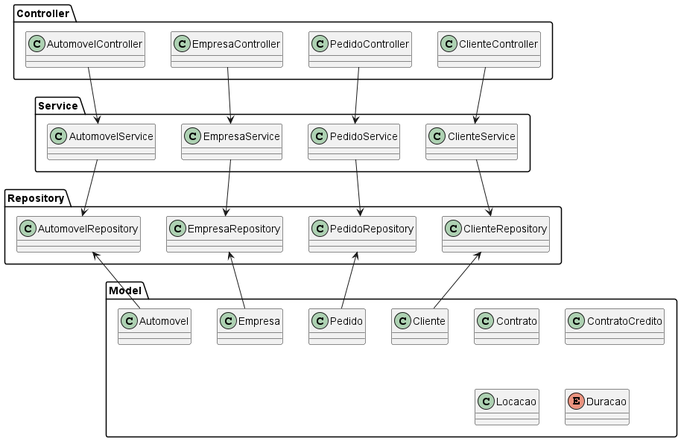
Above: project/img/packageDiagram.png in RafaMtF/LDS-Lab02 (PlantUML), before the change.
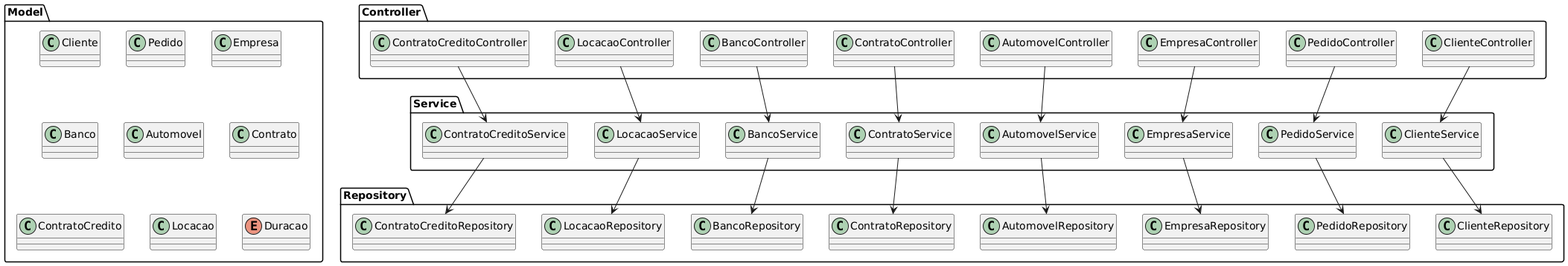
The same diagram one commit later.

The edit, as a diff of the source:
```diff
@@ -1,10 +1,13 @@
-@startuml packageDiagram
-
+@startuml
 package "Controller" {
     class ClienteController
     class PedidoController
     class EmpresaController
     class AutomovelController
+    class ContratoController
+    class BancoController
+    class LocacaoController
+    class ContratoCreditoController
 }
 
 package "Service" {
@@ -12,6 +15,10 @@
     class PedidoService
     class EmpresaService
     class AutomovelService
+    class ContratoService
+    class BancoService
+    class LocacaoService
+    class ContratoCreditoService
 }
 
 package "Repository" {
@@ -19,12 +26,17 @@
     class PedidoRepository
     class EmpresaRepository
     class AutomovelRepository
+    class ContratoRepository
+    class BancoRepository
+    class LocacaoRepository
+    class ContratoCreditoRepository
 }
 
 package "Model" {
     class Cliente
     class Pedido
     class Empresa
+    class Banco
     class Automovel
     class Contrato
     class ContratoCredito
@@ -36,15 +48,17 @@
 PedidoController --> PedidoService
 EmpresaController --> EmpresaService
 AutomovelController --> AutomovelService
+ContratoController --> ContratoService
+BancoController --> BancoService
+LocacaoController --> LocacaoService
+ContratoCreditoController --> ContratoCreditoService
 
 ClienteService --> ClienteRepository
 PedidoService --> PedidoRepository
 EmpresaService --> EmpresaRepository
 AutomovelService --> AutomovelRepository
-
-ClienteRepository <-- Cliente
-PedidoRepository <-- Pedido
-EmpresaRepository <-- Empresa
-AutomovelRepository <-- Automovel
-
+ContratoService --> ContratoRepository
+BancoService --> BancoRepository
+LocacaoService --> LocacaoRepository
+ContratoCreditoService --> ContratoCreditoRepository
 @enduml
```
